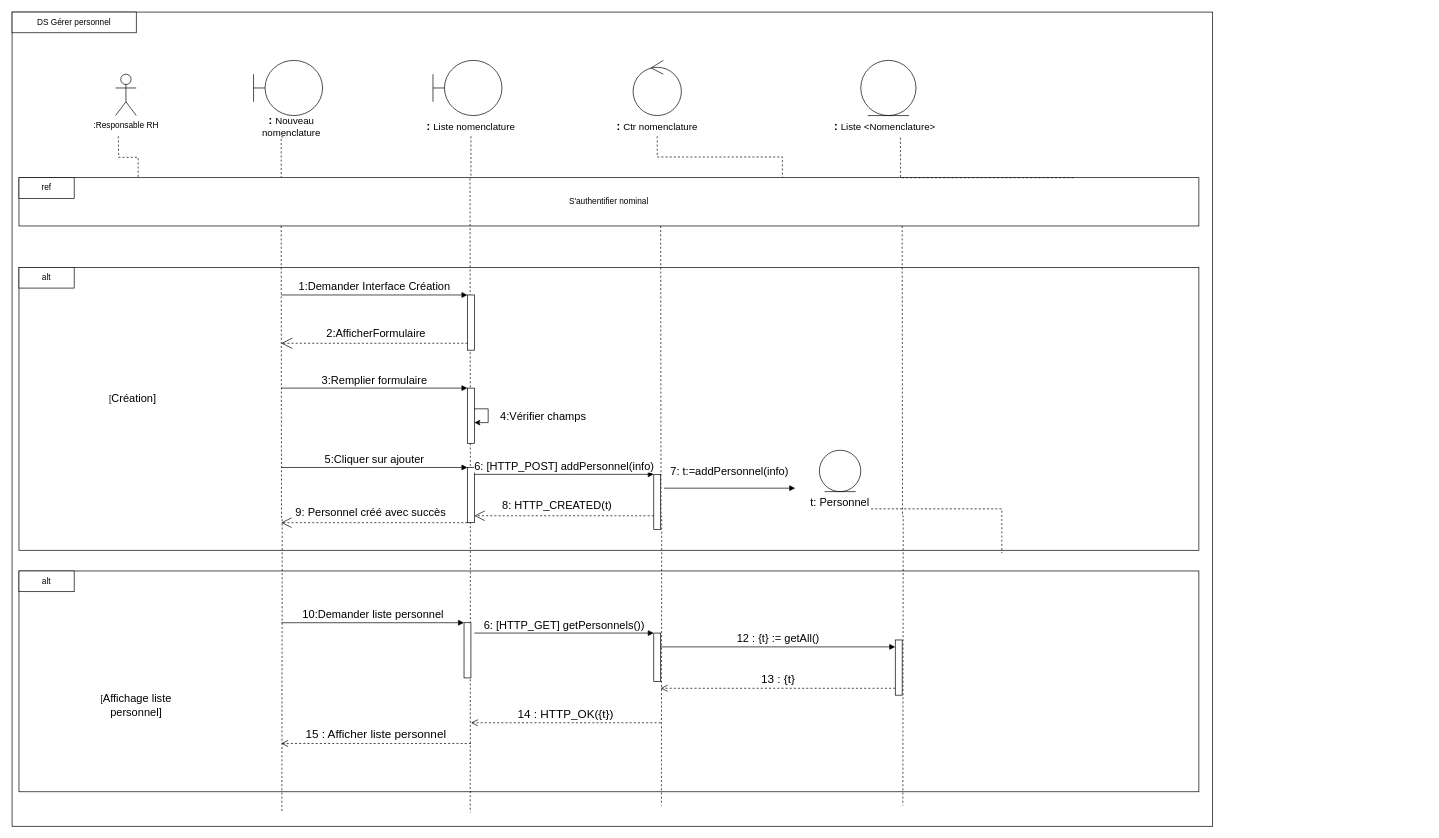
This is dsGérerNomenclature.drawio from AbdelazizBs/GPAO-SpringApp, a draw.io file, before an edit. Source tidied: cells renumbered, new cells numbered last; positions are measured from the earlier drawing's top-left corner, leaving out a move shared by most shapes. Both pictures are drawn from the tidied source at 69%, with x=0, y=0 at pixel (12, 12).
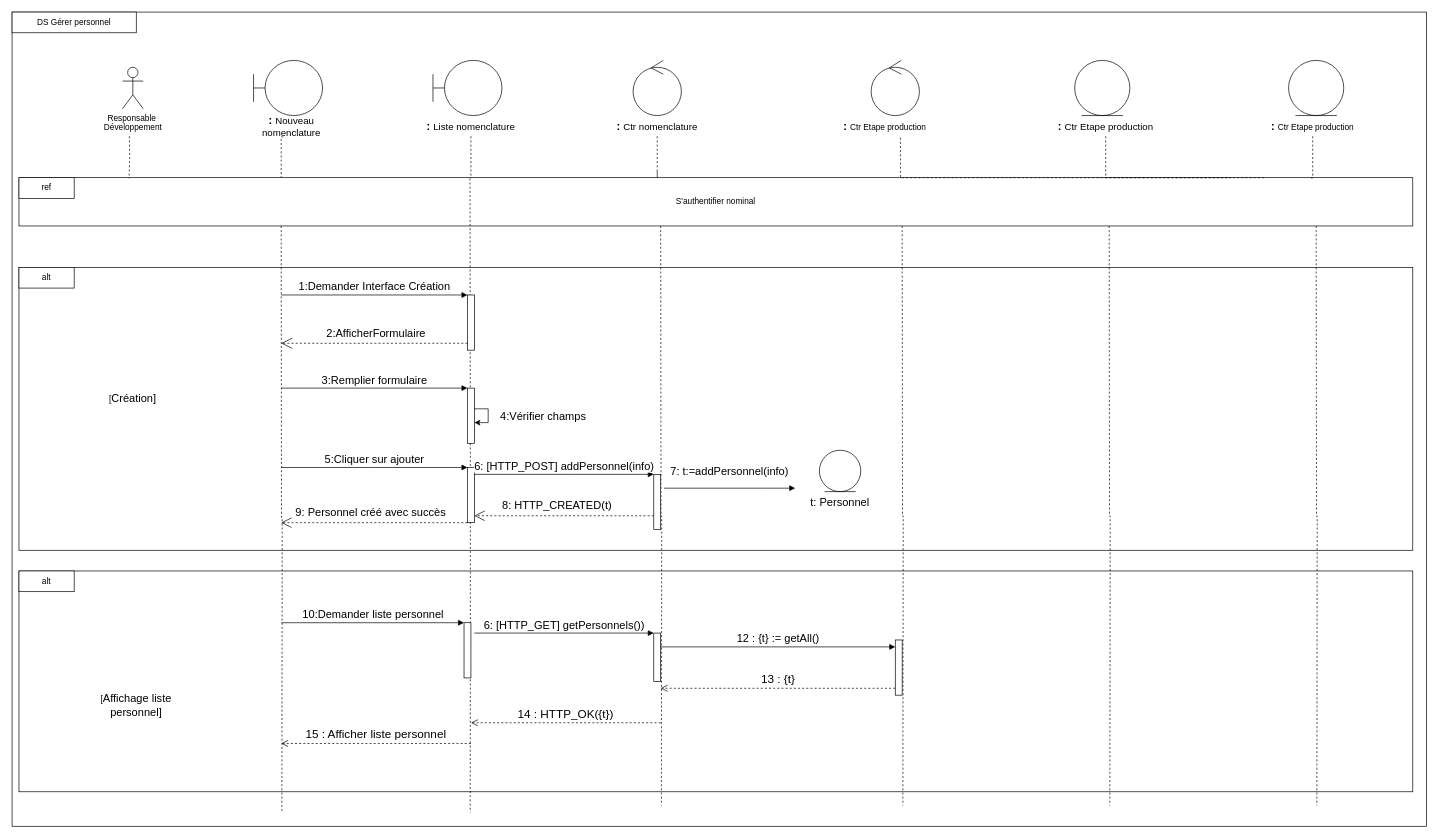
The same page after the edit.

Commit message (it also covers changes not shown here):
Mettre à jour dsGérerNomenclature.drawio

Unchanged cells that the change refers to:
```xml
<mxCell id="17" value="&lt;font style=&quot;&quot;&gt;&lt;b style=&quot;&quot;&gt;&lt;font style=&quot;font-size: 16px;&quot;&gt;: &lt;/font&gt;&lt;/b&gt;&lt;span style=&quot;font-size: 14px;&quot;&gt;Ctr nomenclature&lt;/span&gt;&lt;/font&gt;" style="text;html=1;strokeColor=none;fillColor=none;align=center;verticalAlign=middle;whiteSpace=wrap;rounded=0;" parent="1" vertex="1">
  <mxGeometry x="860" y="150" width="150" height="30" as="geometry" />
</mxCell>
<mxCell id="47" value="&lt;span style=&quot;font-size: 16px;&quot;&gt;t: Personnel&lt;/span&gt;" style="text;html=1;strokeColor=none;fillColor=none;align=center;verticalAlign=middle;whiteSpace=wrap;rounded=0;" parent="1" vertex="1">
  <mxGeometry x="1155" y="695" width="90" height="30" as="geometry" />
</mxCell>
```

Change to the diagram source:
```diff
@@
     <mxCell id="2" style="rounded=0;whiteSpace=wrap;html=1;" parent="1" vertex="1">
-      <mxGeometry width="1740" height="1180" as="geometry" />
+      <mxGeometry width="2050" height="1180" as="geometry" />
     </mxCell>
@@
-    <mxCell id="4" value=":Responsable RH" style="shape=umlActor;verticalLabelPosition=bottom;verticalAlign=top;html=1;" parent="1" vertex="1">
-      <mxGeometry x="150" y="90" width="30" height="60" as="geometry" />
+    <mxCell id="4" value="Responsable&amp;nbsp;&lt;br&gt;Développement" style="shape=umlActor;verticalLabelPosition=bottom;verticalAlign=top;html=1;" parent="1" vertex="1">
+      <mxGeometry x="160" y="80" width="30" height="60" as="geometry" />
     </mxCell>
@@
     <mxCell id="9" value="S'authentifier nominal" style="rounded=0;whiteSpace=wrap;html=1;" parent="1" vertex="1">
-      <mxGeometry x="10" y="240" width="1710" height="70" as="geometry" />
+      <mxGeometry x="10" y="240" width="2020" height="70" as="geometry" />
     </mxCell>
@@
     <mxCell id="11" style="rounded=0;whiteSpace=wrap;html=1;" parent="1" vertex="1">
-      <mxGeometry x="10" y="810" width="1710" height="320" as="geometry" />
+      <mxGeometry x="10" y="810" width="2020" height="320" as="geometry" />
     </mxCell>
@@
     <mxCell id="13" style="rounded=0;whiteSpace=wrap;html=1;" parent="1" vertex="1">
-      <mxGeometry x="10" y="370" width="1710" height="410" as="geometry" />
+      <mxGeometry x="10" y="370" width="2020" height="410" as="geometry" />
     </mxCell>
@@
-    <mxCell id="15" style="edgeStyle=orthogonalEdgeStyle;rounded=0;jettySize=auto;html=1;entryX=0.647;entryY=0;entryDx=0;entryDy=0;entryPerimeter=0;endArrow=none;endFill=0;dashed=1;exitX=0.5;exitY=1;exitDx=0;exitDy=0;" parent="1" edge="1" source="17" target="9">
-      <mxGeometry relative="1" as="geometry" />
+    <mxCell id="15" style="edgeStyle=orthogonalEdgeStyle;rounded=0;jettySize=auto;html=1;endArrow=none;endFill=0;dashed=1;exitX=0.5;exitY=1;exitDx=0;exitDy=0;" parent="1" edge="1" source="17">
+      <mxGeometry relative="1" as="geometry">
+        <mxPoint x="935" y="230" as="targetPoint" />
+        <Array as="points">
+          <mxPoint x="935" y="240" />
+        </Array>
+      </mxGeometry>
     </mxCell>
@@
-    <mxCell id="20" style="ellipse;shape=umlEntity;whiteSpace=wrap;html=1;" parent="1" vertex="1">
-      <mxGeometry x="1230" y="70" width="80" height="80" as="geometry" />
-    </mxCell>
-    <mxCell id="21" value="&lt;font style=&quot;&quot;&gt;&lt;b style=&quot;&quot;&gt;&lt;font style=&quot;font-size: 16px;&quot;&gt;: &lt;/font&gt;&lt;/b&gt;&lt;span style=&quot;font-size: 14px;&quot;&gt;Liste &amp;lt;Nomenclature&amp;gt;&lt;br&gt;&lt;/span&gt;&lt;/font&gt;" style="text;html=1;strokeColor=none;fillColor=none;align=center;verticalAlign=middle;whiteSpace=wrap;rounded=0;" parent="1" vertex="1">
+    <mxCell id="21" value="&lt;font style=&quot;&quot;&gt;&lt;b style=&quot;border-color: var(--border-color);&quot;&gt;&lt;font style=&quot;border-color: var(--border-color); font-size: 16px;&quot;&gt;:&amp;nbsp;&lt;/font&gt;&lt;/b&gt;Ctr Etape production&lt;span style=&quot;font-size: 14px;&quot;&gt;&lt;br&gt;&lt;/span&gt;&lt;/font&gt;" style="text;html=1;strokeColor=none;fillColor=none;align=center;verticalAlign=middle;whiteSpace=wrap;rounded=0;" parent="1" vertex="1">
       <mxGeometry x="1190" y="150" width="150" height="30" as="geometry" />
     </mxCell>
@@
-    <mxCell id="46" style="edgeStyle=orthogonalEdgeStyle;rounded=0;jettySize=auto;html=1;entryX=0.833;entryY=1.01;entryDx=0;entryDy=0;entryPerimeter=0;endArrow=none;endFill=0;dashed=1;" parent="1" edge="1" source="47" target="13">
-      <mxGeometry relative="1" as="geometry">
-        <Array as="points">
-          <mxPoint x="1201" y="720" />
-          <mxPoint x="1201" y="720" />
-        </Array>
-      </mxGeometry>
-    </mxCell>
@@
-    <mxCell id="59" style="edgeStyle=orthogonalEdgeStyle;rounded=0;jettySize=auto;html=1;endArrow=none;endFill=0;dashed=1;entryX=0.101;entryY=0.003;entryDx=0;entryDy=0;entryPerimeter=0;" parent="1" edge="1" target="9">
-      <mxGeometry relative="1" as="geometry">
-        <mxPoint x="154" y="180" as="sourcePoint" />
-      </mxGeometry>
-    </mxCell>
+    <mxCell id="60" style="edgeStyle=orthogonalEdgeStyle;rounded=0;jettySize=auto;html=1;entryX=0.647;entryY=0;entryDx=0;entryDy=0;entryPerimeter=0;endArrow=none;endFill=0;dashed=1;exitX=0.5;exitY=1;exitDx=0;exitDy=0;" parent="1" edge="1" source="61">
+      <mxGeometry relative="1" as="geometry">
+        <mxPoint x="1766" y="240" as="targetPoint" />
+        <Array as="points">
+          <mxPoint x="1585" y="240" />
+        </Array>
+      </mxGeometry>
+    </mxCell>
+    <mxCell id="61" value="&lt;font style=&quot;&quot;&gt;&lt;b style=&quot;&quot;&gt;&lt;font style=&quot;font-size: 16px;&quot;&gt;: &lt;/font&gt;&lt;/b&gt;&lt;span style=&quot;font-size: 14px;&quot;&gt;Ctr Etape production&lt;/span&gt;&lt;/font&gt;" style="text;html=1;strokeColor=none;fillColor=none;align=center;verticalAlign=middle;whiteSpace=wrap;rounded=0;" parent="1" vertex="1">
+      <mxGeometry x="1510" y="150" width="150" height="30" as="geometry" />
+    </mxCell>
+    <mxCell id="62" style="edgeStyle=orthogonalEdgeStyle;rounded=0;orthogonalLoop=1;jettySize=auto;html=1;exitX=0.165;exitY=1.029;exitDx=0;exitDy=0;exitPerimeter=0;endArrow=none;endFill=0;dashed=1;" parent="1" edge="1">
+      <mxGeometry relative="1" as="geometry">
+        <mxPoint x="1590" y="310" as="sourcePoint" />
+        <mxPoint x="1591" y="1150" as="targetPoint" />
+      </mxGeometry>
+    </mxCell>
+    <mxCell id="63" style="edgeStyle=orthogonalEdgeStyle;rounded=0;jettySize=auto;html=1;entryX=0.926;entryY=0.005;entryDx=0;entryDy=0;entryPerimeter=0;endArrow=none;endFill=0;dashed=1;exitX=0.5;exitY=1;exitDx=0;exitDy=0;" parent="1" edge="1" source="64" target="9">
+      <mxGeometry relative="1" as="geometry">
+        <Array as="points">
+          <mxPoint x="1885" y="240" />
+        </Array>
+      </mxGeometry>
+    </mxCell>
+    <mxCell id="64" value="&lt;b style=&quot;border-color: var(--border-color);&quot;&gt;&lt;font style=&quot;border-color: var(--border-color); font-size: 16px;&quot;&gt;:&amp;nbsp;&lt;/font&gt;&lt;/b&gt;Ctr Etape production" style="text;html=1;strokeColor=none;fillColor=none;align=center;verticalAlign=middle;whiteSpace=wrap;rounded=0;" parent="1" vertex="1">
+      <mxGeometry x="1810" y="150" width="150" height="30" as="geometry" />
+    </mxCell>
+    <mxCell id="65" style="edgeStyle=orthogonalEdgeStyle;rounded=0;orthogonalLoop=1;jettySize=auto;html=1;exitX=0.165;exitY=1.029;exitDx=0;exitDy=0;exitPerimeter=0;endArrow=none;endFill=0;dashed=1;" parent="1" edge="1">
+      <mxGeometry relative="1" as="geometry">
+        <mxPoint x="1890" y="310" as="sourcePoint" />
+        <mxPoint x="1891" y="1150" as="targetPoint" />
+      </mxGeometry>
+    </mxCell>
+    <mxCell id="66" style="ellipse;shape=umlEntity;whiteSpace=wrap;html=1;" parent="1" vertex="1">
+      <mxGeometry x="1850" y="70" width="80" height="80" as="geometry" />
+    </mxCell>
+    <mxCell id="67" style="ellipse;shape=umlEntity;whiteSpace=wrap;html=1;" parent="1" vertex="1">
+      <mxGeometry x="1540" y="70" width="80" height="80" as="geometry" />
+    </mxCell>
+    <mxCell id="68" style="ellipse;shape=umlControl;whiteSpace=wrap;html=1;" parent="1" vertex="1">
+      <mxGeometry x="1245" y="70" width="70" height="80" as="geometry" />
+    </mxCell>
+    <mxCell id="69" style="edgeStyle=orthogonalEdgeStyle;rounded=0;jettySize=auto;html=1;entryX=0.079;entryY=0.015;entryDx=0;entryDy=0;entryPerimeter=0;endArrow=none;endFill=0;dashed=1;" parent="1" edge="1" target="9">
+      <mxGeometry relative="1" as="geometry">
+        <mxPoint x="170" y="180" as="sourcePoint" />
+      </mxGeometry>
+    </mxCell>
```
